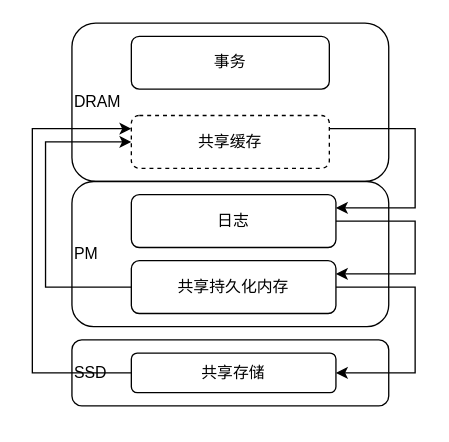
Earlier version of the draw.io diagram RWFLOW.drawio (rehoboan/Draw-Files). Source tidied: cells renumbered, new cells numbered last; positions are measured from the earlier drawing's top-left corner, leaving out a move shared by most shapes. Both pictures are drawn from the tidied source at 132%, with x=0, y=0 at pixel (32, 22).
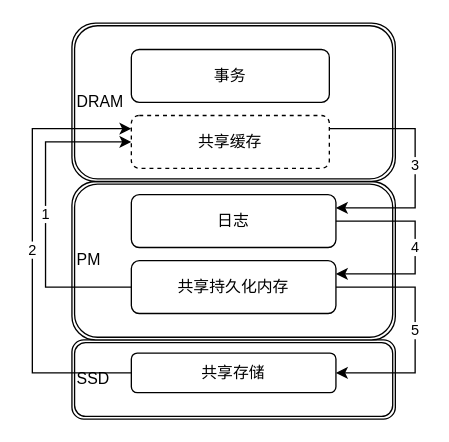
The same diagram, later.

The change refers to these unchanged cells:
```xml
<mxCell id="7" value="共享缓存" style="rounded=1;whiteSpace=wrap;html=1;dashed=1;" parent="1" vertex="1">
  <mxGeometry x="75" y="70" width="150" height="40" as="geometry" />
</mxCell>
<mxCell id="13" value="共享存储" style="rounded=1;whiteSpace=wrap;html=1;" parent="1" vertex="1">
  <mxGeometry x="75" y="250" width="155" height="30" as="geometry" />
</mxCell>
```

Change to the diagram source:
```diff
@@
+    <mxCell id="4" value="SSD" style="shape=ext;double=1;rounded=1;whiteSpace=wrap;html=1;align=left;" parent="1" vertex="1">
+      <mxGeometry x="30" y="240" width="245" height="60" as="geometry" />
+    </mxCell>
+    <mxCell id="3" value="PM" style="shape=ext;double=1;rounded=1;whiteSpace=wrap;html=1;labelPosition=center;verticalLabelPosition=middle;align=left;verticalAlign=middle;" parent="1" vertex="1">
+      <mxGeometry x="30" y="120" width="245" height="120" as="geometry" />
+    </mxCell>
-    <mxCell id="2" value="DRAM" style="rounded=1;whiteSpace=wrap;html=1;align=left;" parent="1" vertex="1">
-      <mxGeometry x="30" width="240" height="120" as="geometry" />
+    <mxCell id="2" value="DRAM" style="shape=ext;double=1;rounded=1;whiteSpace=wrap;html=1;labelPosition=center;verticalLabelPosition=middle;align=left;verticalAlign=middle;" parent="1" vertex="1">
+      <mxGeometry x="30" width="245" height="120" as="geometry" />
     </mxCell>
-    <mxCell id="3" value="PM" style="rounded=1;whiteSpace=wrap;html=1;align=left;" parent="1" vertex="1">
-      <mxGeometry x="30" y="120" width="240" height="110" as="geometry" />
-    </mxCell>
-    <mxCell id="4" value="SSD" style="rounded=1;whiteSpace=wrap;html=1;align=left;" parent="1" vertex="1">
-      <mxGeometry x="30" y="240" width="240" height="50" as="geometry" />
-    </mxCell>
-    <mxCell id="5" value="事务" style="rounded=1;whiteSpace=wrap;html=1;" parent="1" vertex="1">
-      <mxGeometry x="75" y="10" width="150" height="40" as="geometry" />
-    </mxCell>
-    <mxCell id="6" style="edgeStyle=orthogonalEdgeStyle;rounded=0;jettySize=auto;html=1;exitX=1;exitY=0.25;exitDx=0;exitDy=0;entryX=1;entryY=0.25;entryDx=0;entryDy=0;" parent="1" edge="1" source="7" target="12">
+    <mxCell id="6" value="3" style="edgeStyle=orthogonalEdgeStyle;rounded=0;jettySize=auto;html=1;exitX=1;exitY=0.25;exitDx=0;exitDy=0;entryX=1;entryY=0.25;entryDx=0;entryDy=0;" parent="1" edge="1" source="7" target="12">
       <mxGeometry relative="1" as="geometry">
         <Array as="points">
           <mxPoint x="290" y="80" />
           <mxPoint x="290" y="140" />
         </Array>
       </mxGeometry>
     </mxCell>
@@
-    <mxCell id="8" style="edgeStyle=orthogonalEdgeStyle;rounded=0;jettySize=auto;html=1;exitX=0;exitY=0.5;exitDx=0;exitDy=0;entryX=0;entryY=0.5;entryDx=0;entryDy=0;" parent="1" edge="1" source="10" target="7">
+    <mxCell id="8" value="1" style="edgeStyle=orthogonalEdgeStyle;rounded=0;jettySize=auto;html=1;exitX=0;exitY=0.5;exitDx=0;exitDy=0;entryX=0;entryY=0.5;entryDx=0;entryDy=0;" parent="1" edge="1" source="10" target="7">
       <mxGeometry relative="1" as="geometry">
         <Array as="points">
           <mxPoint x="10" y="200" />
           <mxPoint x="10" y="90" />
         </Array>
       </mxGeometry>
     </mxCell>
-    <mxCell id="9" style="edgeStyle=orthogonalEdgeStyle;rounded=0;jettySize=auto;html=1;exitX=1;exitY=0.5;exitDx=0;exitDy=0;entryX=1;entryY=0.5;entryDx=0;entryDy=0;" parent="1" edge="1" source="10" target="13">
+    <mxCell id="9" value="5" style="edgeStyle=orthogonalEdgeStyle;rounded=0;jettySize=auto;html=1;exitX=1;exitY=0.5;exitDx=0;exitDy=0;entryX=1;entryY=0.5;entryDx=0;entryDy=0;" parent="1" edge="1" source="10" target="13">
       <mxGeometry relative="1" as="geometry">
         <Array as="points">
           <mxPoint x="290" y="200" />
           <mxPoint x="290" y="265" />
         </Array>
       </mxGeometry>
     </mxCell>
-    <mxCell id="10" value="共享持久化内存" style="rounded=1;whiteSpace=wrap;html=1;" parent="1" vertex="1">
+    <mxCell id="10" value="共享持久化内存" style="rounded=1;whiteSpace=wrap;html=1;shadow=0;glass=0;" parent="1" vertex="1">
       <mxGeometry x="75" y="180" width="155" height="40" as="geometry" />
     </mxCell>
-    <mxCell id="11" style="edgeStyle=orthogonalEdgeStyle;rounded=0;jettySize=auto;html=1;exitX=1;exitY=0.5;exitDx=0;exitDy=0;entryX=1;entryY=0.25;entryDx=0;entryDy=0;" parent="1" edge="1" source="12" target="10">
+    <mxCell id="11" value="4" style="edgeStyle=orthogonalEdgeStyle;rounded=0;jettySize=auto;html=1;exitX=1;exitY=0.5;exitDx=0;exitDy=0;entryX=1;entryY=0.25;entryDx=0;entryDy=0;" parent="1" edge="1" source="12" target="10">
       <mxGeometry relative="1" as="geometry">
         <Array as="points">
           <mxPoint x="290" y="150" />
           <mxPoint x="290" y="190" />
         </Array>
       </mxGeometry>
     </mxCell>
-    <mxCell id="12" value="日志" style="rounded=1;whiteSpace=wrap;html=1;" parent="1" vertex="1">
+    <mxCell id="12" value="日志" style="rounded=1;whiteSpace=wrap;html=1;fillStyle=hatch;fillColor=default;shadow=0;glass=0;" parent="1" vertex="1">
       <mxGeometry x="75" y="130" width="155" height="40" as="geometry" />
     </mxCell>
@@
-    <mxCell id="14" style="edgeStyle=orthogonalEdgeStyle;rounded=0;jettySize=auto;html=1;exitX=0;exitY=0.5;exitDx=0;exitDy=0;entryX=0;entryY=0.25;entryDx=0;entryDy=0;" parent="1" edge="1" source="13" target="7">
+    <mxCell id="14" value="2" style="edgeStyle=orthogonalEdgeStyle;rounded=0;jettySize=auto;html=1;exitX=0;exitY=0.5;exitDx=0;exitDy=0;entryX=0;entryY=0.25;entryDx=0;entryDy=0;" parent="1" edge="1" source="13" target="7">
       <mxGeometry relative="1" as="geometry">
         <Array as="points">
           <mxPoint y="265" />
           <mxPoint y="80" />
         </Array>
       </mxGeometry>
     </mxCell>
+    <mxCell id="5" value="事务" style="rounded=1;whiteSpace=wrap;html=1;" parent="1" vertex="1">
+      <mxGeometry x="75" y="20" width="150" height="40" as="geometry" />
+    </mxCell>
```
